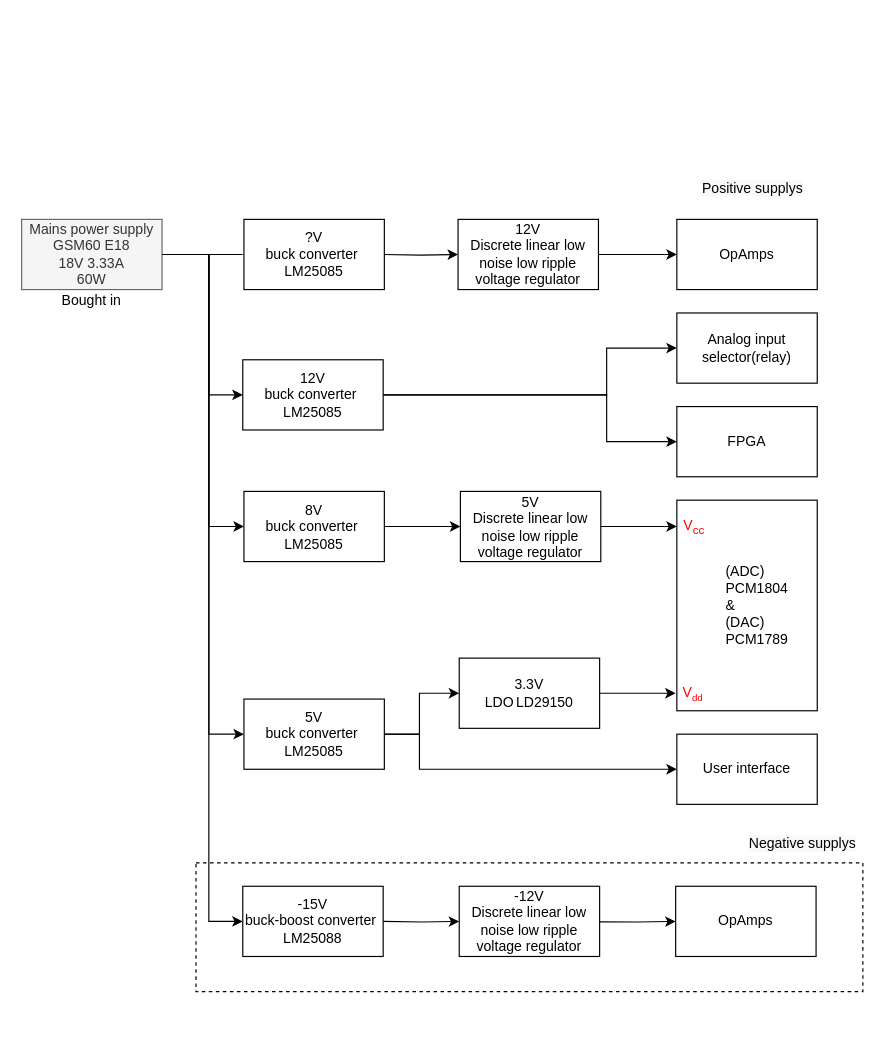
Before: Block diagrams/System design/Power supply.drawio in HeinVerhallen/Audio-DSP, a draw.io diagram. Source tidied: cells renumbered, new cells numbered last; positions are measured from the earlier drawing's top-left corner, leaving out a move shared by most shapes. Both pictures are drawn from the tidied source at 117%, with x=0, y=0 at pixel (21, 172).
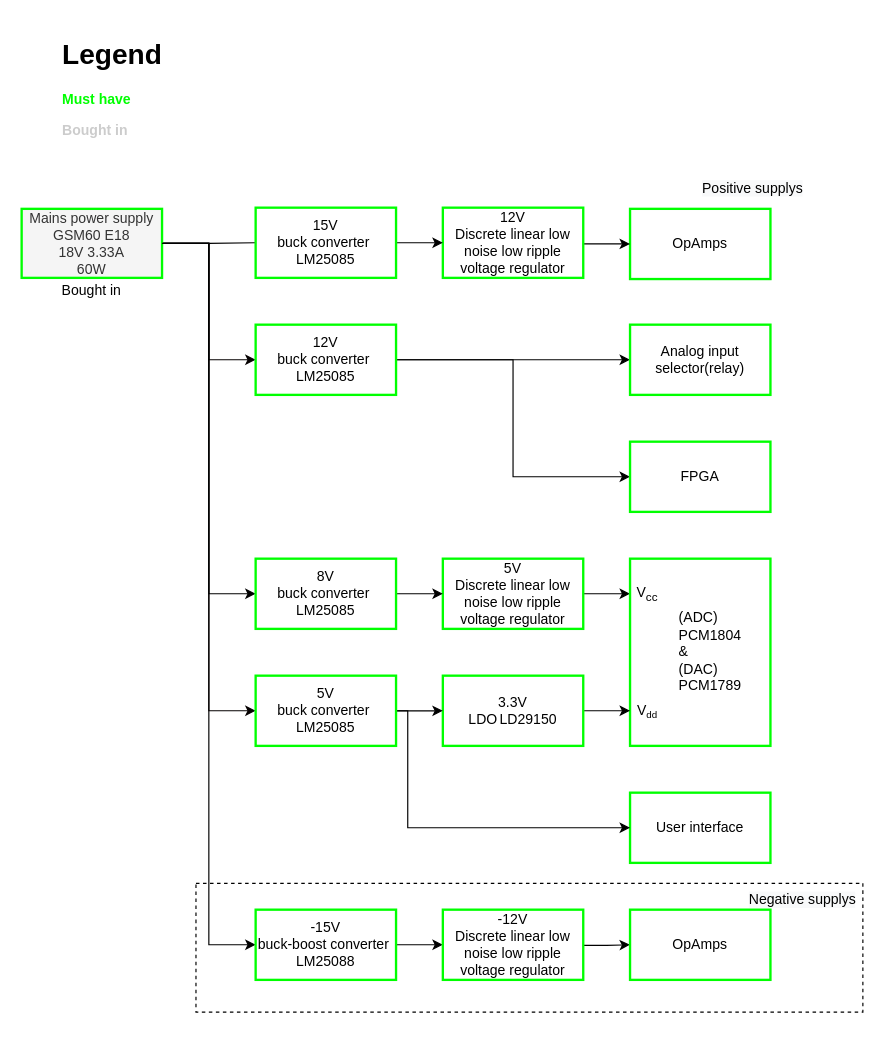
After the change.

Change to the diagram source:
```diff
@@
-    <mxCell id="2" style="rounded=0;whiteSpace=wrap;html=1;dashed=1;" parent="1" vertex="1">
-      <mxGeometry x="149" y="590" width="570" height="110" as="geometry" />
+    <mxCell id="2" style="rounded=0;whiteSpace=wrap;html=1;dashed=1;fillColor=none;" parent="1" vertex="1">
+      <mxGeometry x="149" y="607.5" width="570" height="110" as="geometry" />
     </mxCell>
-    <mxCell id="3" style="edgeStyle=orthogonalEdgeStyle;rounded=0;jettySize=auto;html=1;startArrow=none;entryX=0;entryY=0.5;entryDx=0;entryDy=0;" parent="1" edge="1" target="35">
-      <mxGeometry relative="1" as="geometry">
-        <mxPoint x="309" y="70" as="sourcePoint" />
-      </mxGeometry>
-    </mxCell>
-    <mxCell id="4" style="edgeStyle=orthogonalEdgeStyle;rounded=0;jettySize=auto;html=1;exitX=1;exitY=0.5;exitDx=0;exitDy=0;entryX=0;entryY=0.5;entryDx=0;entryDy=0;" parent="1" edge="1" source="8">
+    <mxCell id="4" style="edgeStyle=orthogonalEdgeStyle;rounded=0;jettySize=auto;html=1;exitX=1;exitY=0.5;exitDx=0;exitDy=0;entryX=0;entryY=0.5;entryDx=0;entryDy=0;" parent="1" edge="1" source="8" target="39">
       <mxGeometry relative="1" as="geometry">
-        <mxPoint x="189" y="640" as="targetPoint" />
         <Array as="points">
-          <mxPoint x="160" y="70" />
-          <mxPoint x="160" y="640" />
+          <mxPoint x="160" y="61" />
+          <mxPoint x="160" y="660" />
         </Array>
       </mxGeometry>
     </mxCell>
     <mxCell id="5" style="edgeStyle=orthogonalEdgeStyle;rounded=0;jettySize=auto;html=1;entryX=0;entryY=0.5;entryDx=0;entryDy=0;strokeColor=#050001;fontColor=default;" parent="1" edge="1" source="8" target="14">
       <mxGeometry relative="1" as="geometry">
         <Array as="points">
-          <mxPoint x="160" y="70" />
-          <mxPoint x="160" y="190" />
+          <mxPoint x="160" y="60" />
+          <mxPoint x="160" y="160" />
         </Array>
       </mxGeometry>
     </mxCell>
     <mxCell id="6" style="edgeStyle=orthogonalEdgeStyle;rounded=0;jettySize=auto;html=1;entryX=0;entryY=0.5;entryDx=0;entryDy=0;strokeColor=#050001;fontColor=default;" parent="1" edge="1" source="8" target="37">
       <mxGeometry relative="1" as="geometry">
         <Array as="points">
-          <mxPoint x="160" y="70" />
-          <mxPoint x="160" y="480" />
-          <mxPoint x="189" y="480" />
+          <mxPoint x="160" y="60" />
+          <mxPoint x="160" y="460" />
         </Array>
       </mxGeometry>
     </mxCell>
     <mxCell id="7" style="edgeStyle=orthogonalEdgeStyle;rounded=0;jettySize=auto;html=1;entryX=0;entryY=0.5;entryDx=0;entryDy=0;" parent="1" edge="1" source="8" target="36">
       <mxGeometry relative="1" as="geometry">
         <Array as="points">
-          <mxPoint x="160" y="70" />
-          <mxPoint x="160" y="303" />
+          <mxPoint x="160" y="61" />
+          <mxPoint x="160" y="360" />
         </Array>
       </mxGeometry>
     </mxCell>
-    <mxCell id="8" value="Mains power supply&lt;br&gt;GSM60 E18&lt;br&gt;18V 3.33A&lt;br&gt;60W" style="rounded=0;whiteSpace=wrap;html=1;fillColor=#f5f5f5;strokeColor=#666666;fontColor=#333333;" parent="1" vertex="1">
-      <mxGeometry y="40" width="120" height="60" as="geometry" />
+    <mxCell id="8" value="Mains power supply&lt;br&gt;GSM60 E18&lt;br&gt;18V 3.33A&lt;br&gt;60W" style="rounded=0;whiteSpace=wrap;html=1;strokeColor=#00FF00;strokeWidth=2;fillColor=#f5f5f5;fontColor=#333333;" parent="1" vertex="1">
+      <mxGeometry y="31" width="120" height="59" as="geometry" />
     </mxCell>
-    <mxCell id="9" value="OpAmps" style="rounded=0;whiteSpace=wrap;html=1;" parent="1" vertex="1">
-      <mxGeometry x="560" y="40" width="120" height="60" as="geometry" />
+    <mxCell id="9" value="OpAmps" style="rounded=0;whiteSpace=wrap;html=1;strokeColor=#00FF00;strokeWidth=2;" parent="1" vertex="1">
+      <mxGeometry x="520" y="31" width="120" height="60" as="geometry" />
     </mxCell>
-    <mxCell id="10" style="edgeStyle=orthogonalEdgeStyle;rounded=0;jettySize=auto;html=1;" parent="1" edge="1" source="11" target="25">
+    <mxCell id="10" style="edgeStyle=orthogonalEdgeStyle;rounded=0;jettySize=auto;html=1;entryX=0;entryY=0.5;entryDx=0;entryDy=0;strokeColor=#000000;strokeWidth=1;fontColor=#000000;" parent="1" edge="1" source="11" target="25">
       <mxGeometry relative="1" as="geometry" />
     </mxCell>
-    <mxCell id="11" value="5V &lt;br&gt;Discrete linear low noise low ripple voltage regulator" style="rounded=0;whiteSpace=wrap;html=1;" parent="1" vertex="1">
-      <mxGeometry x="375" y="272.5" width="120" height="60" as="geometry" />
+    <mxCell id="11" value="5V &lt;br&gt;Discrete linear low noise low ripple voltage regulator" style="rounded=0;whiteSpace=wrap;html=1;strokeColor=#00FF00;strokeWidth=2;" parent="1" vertex="1">
+      <mxGeometry x="360" y="330" width="120" height="60" as="geometry" />
     </mxCell>
-    <mxCell id="12" style="edgeStyle=orthogonalEdgeStyle;rounded=0;jettySize=auto;html=1;strokeColor=#050001;fontColor=default;entryX=0;entryY=0.5;entryDx=0;entryDy=0;" parent="1" edge="1" source="14" target="17">
-      <mxGeometry relative="1" as="geometry">
-        <Array as="points">
-          <mxPoint x="500" y="190" />
-          <mxPoint x="500" y="150" />
-        </Array>
-      </mxGeometry>
+    <mxCell id="12" style="edgeStyle=orthogonalEdgeStyle;rounded=0;jettySize=auto;html=1;strokeColor=#000000;strokeWidth=1;fontColor=#000000;" parent="1" edge="1" source="14" target="17">
+      <mxGeometry relative="1" as="geometry" />
     </mxCell>
-    <mxCell id="13" style="edgeStyle=orthogonalEdgeStyle;rounded=0;jettySize=auto;html=1;entryX=0;entryY=0.5;entryDx=0;entryDy=0;" parent="1" edge="1" source="14" target="15">
-      <mxGeometry relative="1" as="geometry">
-        <Array as="points">
-          <mxPoint x="500" y="190" />
-          <mxPoint x="500" y="230" />
-        </Array>
-      </mxGeometry>
+    <mxCell id="13" style="edgeStyle=orthogonalEdgeStyle;rounded=0;jettySize=auto;html=1;entryX=0;entryY=0.5;entryDx=0;entryDy=0;strokeColor=#000000;strokeWidth=1;fontColor=#000000;" parent="1" edge="1" source="14" target="15">
+      <mxGeometry relative="1" as="geometry" />
     </mxCell>
-    <mxCell id="14" value="12V &lt;br&gt;buck converter&amp;nbsp; LM25085" style="rounded=0;whiteSpace=wrap;html=1;" parent="1" vertex="1">
-      <mxGeometry x="189" y="160" width="120" height="60" as="geometry" />
+    <mxCell id="14" value="12V &lt;br&gt;buck converter&amp;nbsp; LM25085" style="rounded=0;whiteSpace=wrap;html=1;strokeColor=#00FF00;strokeWidth=2;" parent="1" vertex="1">
+      <mxGeometry x="200" y="130" width="120" height="60" as="geometry" />
     </mxCell>
-    <mxCell id="15" value="FPGA" style="rounded=0;whiteSpace=wrap;html=1;" parent="1" vertex="1">
-      <mxGeometry x="560" y="200" width="120" height="60" as="geometry" />
+    <mxCell id="15" value="FPGA" style="rounded=0;whiteSpace=wrap;html=1;strokeColor=#00FF00;strokeWidth=2;" parent="1" vertex="1">
+      <mxGeometry x="520" y="230" width="120" height="60" as="geometry" />
     </mxCell>
-    <mxCell id="16" value="User interface" style="rounded=0;whiteSpace=wrap;html=1;" parent="1" vertex="1">
-      <mxGeometry x="560" y="480" width="120" height="60" as="geometry" />
+    <mxCell id="16" value="User interface" style="rounded=0;whiteSpace=wrap;html=1;strokeColor=#00FF00;strokeWidth=2;" parent="1" vertex="1">
+      <mxGeometry x="520" y="530" width="120" height="60" as="geometry" />
     </mxCell>
-    <mxCell id="17" value="Analog input selector(relay)" style="rounded=0;whiteSpace=wrap;html=1;" parent="1" vertex="1">
-      <mxGeometry x="560" y="120" width="120" height="60" as="geometry" />
+    <mxCell id="17" value="Analog input selector(relay)" style="rounded=0;whiteSpace=wrap;html=1;strokeColor=#00FF00;strokeWidth=2;" parent="1" vertex="1">
+      <mxGeometry x="520" y="130" width="120" height="60" as="geometry" />
     </mxCell>
-    <mxCell id="18" style="edgeStyle=orthogonalEdgeStyle;rounded=0;jettySize=auto;html=1;entryX=0;entryY=0.5;entryDx=0;entryDy=0;" parent="1" edge="1" target="40">
-      <mxGeometry relative="1" as="geometry">
-        <mxPoint x="309" y="640" as="sourcePoint" />
-      </mxGeometry>
+    <mxCell id="18" style="edgeStyle=orthogonalEdgeStyle;rounded=0;jettySize=auto;html=1;entryX=0;entryY=0.5;entryDx=0;entryDy=0;strokeColor=#000000;strokeWidth=1;exitX=1;exitY=0.5;exitDx=0;exitDy=0;" parent="1" edge="1" source="39" target="40">
+      <mxGeometry relative="1" as="geometry" />
     </mxCell>
-    <mxCell id="19" style="edgeStyle=orthogonalEdgeStyle;rounded=0;jettySize=auto;html=1;exitX=1.002;exitY=0.508;exitDx=0;exitDy=0;exitPerimeter=0;" parent="1" edge="1" source="40" target="20">
+    <mxCell id="19" style="edgeStyle=orthogonalEdgeStyle;rounded=0;jettySize=auto;html=1;exitX=1.002;exitY=0.508;exitDx=0;exitDy=0;exitPerimeter=0;strokeColor=#000000;strokeWidth=1;" parent="1" edge="1" source="40" target="20">
       <mxGeometry relative="1" as="geometry" />
     </mxCell>
-    <mxCell id="20" value="OpAmps" style="rounded=0;whiteSpace=wrap;html=1;" parent="1" vertex="1">
-      <mxGeometry x="559" y="610" width="120" height="60" as="geometry" />
+    <mxCell id="20" value="OpAmps" style="rounded=0;whiteSpace=wrap;html=1;strokeColor=#00FF00;strokeWidth=2;" parent="1" vertex="1">
+      <mxGeometry x="520" y="630" width="120" height="60" as="geometry" />
     </mxCell>
     <mxCell id="21" value="Bought in" style="text;html=1;strokeColor=none;fillColor=none;align=center;verticalAlign=middle;whiteSpace=wrap;rounded=0;" parent="1" vertex="1">
-      <mxGeometry y="100" width="120" height="20" as="geometry" />
+      <mxGeometry y="91" width="120" height="20" as="geometry" />
     </mxCell>
-    <mxCell id="22" value="&lt;span style=&quot;color: rgb(0 , 0 , 0) ; font-family: &amp;#34;helvetica&amp;#34; ; font-size: 12px ; font-style: normal ; font-weight: 400 ; letter-spacing: normal ; text-align: center ; text-indent: 0px ; text-transform: none ; word-spacing: 0px ; background-color: rgb(248 , 249 , 250) ; display: inline ; float: none&quot;&gt;Positive supplys&lt;/span&gt;" style="text;whiteSpace=wrap;html=1;" parent="1" vertex="1">
+    <mxCell id="22" value="&lt;span style=&quot;color: rgb(0 , 0 , 0) ; font-family: &amp;#34;helvetica&amp;#34; ; font-size: 12px ; font-style: normal ; font-weight: 400 ; letter-spacing: normal ; text-align: center ; text-indent: 0px ; text-transform: none ; word-spacing: 0px ; background-color: rgb(248 , 249 , 250) ; display: inline ; float: none&quot;&gt;Positive supplys&lt;/span&gt;" style="text;whiteSpace=wrap;html=1;strokeColor=none;strokeWidth=2;dashed=1;dashPattern=1 4;" parent="1" vertex="1">
       <mxGeometry x="580" width="110" height="30" as="geometry" />
     </mxCell>
-    <mxCell id="23" value="&lt;span style=&quot;color: rgb(0 , 0 , 0) ; font-family: &amp;#34;helvetica&amp;#34; ; font-size: 12px ; font-style: normal ; font-weight: 400 ; letter-spacing: normal ; text-align: center ; text-indent: 0px ; text-transform: none ; word-spacing: 0px ; background-color: rgb(248 , 249 , 250) ; display: inline ; float: none&quot;&gt;Negative supplys&lt;/span&gt;" style="text;whiteSpace=wrap;html=1;" parent="1" vertex="1">
-      <mxGeometry x="620" y="560" width="110" height="30" as="geometry" />
+    <mxCell id="23" value="&lt;span style=&quot;color: rgb(0 , 0 , 0) ; font-family: &amp;#34;helvetica&amp;#34; ; font-size: 12px ; font-style: normal ; font-weight: 400 ; letter-spacing: normal ; text-align: center ; text-indent: 0px ; text-transform: none ; word-spacing: 0px ; background-color: rgb(248 , 249 , 250) ; display: inline ; float: none&quot;&gt;Negative supplys&lt;/span&gt;" style="text;whiteSpace=wrap;html=1;strokeColor=none;strokeWidth=1;dashed=1;" parent="1" vertex="1">
+      <mxGeometry x="620" y="607.5" width="110" height="30" as="geometry" />
     </mxCell>
-    <mxCell id="24" value="&lt;blockquote style=&quot;margin: 0 0 0 40px; border: none; padding: 0px;&quot;&gt;&lt;p style=&quot;line-height: 120%;&quot;&gt;(ADC) PCM1804 &lt;br&gt;&amp;amp; &lt;br&gt;(DAC) PCM1789&lt;/p&gt;&lt;/blockquote&gt;" style="rounded=0;whiteSpace=wrap;html=1;shadow=0;fillColor=none;align=left;" parent="1" vertex="1">
-      <mxGeometry x="560" y="280" width="120" height="180" as="geometry" />
+    <mxCell id="24" value="&lt;blockquote style=&quot;margin: 0 0 0 40px; border: none; padding: 0px;&quot;&gt;&lt;p style=&quot;line-height: 120%;&quot;&gt;(ADC) PCM1804 &lt;br&gt;&amp;amp; &lt;br&gt;(DAC) PCM1789&lt;/p&gt;&lt;/blockquote&gt;" style="rounded=0;whiteSpace=wrap;html=1;shadow=0;fillColor=none;align=left;strokeColor=#00FF00;strokeWidth=2;" parent="1" vertex="1">
+      <mxGeometry x="520" y="330" width="120" height="160" as="geometry" />
     </mxCell>
-    <mxCell id="25" value="V&lt;sub&gt;cc&lt;/sub&gt;" style="rounded=0;whiteSpace=wrap;html=1;shadow=0;dashed=1;fontColor=#FF0000;fillColor=none;strokeColor=none;" parent="1" vertex="1">
-      <mxGeometry x="560" y="280" width="30" height="45" as="geometry" />
+    <mxCell id="25" value="V&lt;sub&gt;cc&lt;/sub&gt;" style="rounded=0;whiteSpace=wrap;html=1;shadow=0;dashed=1;fontColor=#000000;fillColor=none;strokeColor=none;strokeWidth=2;" parent="1" vertex="1">
+      <mxGeometry x="520" y="337.5" width="30" height="45" as="geometry" />
     </mxCell>
-    <mxCell id="26" style="edgeStyle=orthogonalEdgeStyle;rounded=0;jettySize=auto;html=1;" parent="1" edge="1" source="27" target="33">
+    <mxCell id="26" style="edgeStyle=orthogonalEdgeStyle;rounded=0;jettySize=auto;html=1;strokeColor=#000000;strokeWidth=1;entryX=0;entryY=0.5;entryDx=0;entryDy=0;" parent="1" edge="1" source="27" target="33">
       <mxGeometry relative="1" as="geometry" />
     </mxCell>
-    <mxCell id="27" value="3.3V &lt;br&gt;LDO&lt;span style=&quot;white-space: pre;&quot;&gt;&#9;&lt;/span&gt;LD29150" style="rounded=0;whiteSpace=wrap;html=1;" parent="1" vertex="1">
-      <mxGeometry x="374" y="415" width="120" height="60" as="geometry" />
+    <mxCell id="27" value="3.3V &lt;br&gt;LDO&lt;span style=&quot;white-space: pre;&quot;&gt;&#9;&lt;/span&gt;LD29150" style="rounded=0;whiteSpace=wrap;html=1;strokeColor=#00FF00;strokeWidth=2;" parent="1" vertex="1">
+      <mxGeometry x="360" y="430" width="120" height="60" as="geometry" />
     </mxCell>
-    <mxCell id="28" style="edgeStyle=orthogonalEdgeStyle;rounded=0;orthogonalLoop=1;jettySize=auto;html=1;exitX=0.5;exitY=1;exitDx=0;exitDy=0;strokeColor=#050001;fontColor=default;" parent="1" edge="1" source="2" target="2">
+    <mxCell id="28" style="edgeStyle=orthogonalEdgeStyle;rounded=0;orthogonalLoop=1;jettySize=auto;html=1;exitX=0.5;exitY=1;exitDx=0;exitDy=0;strokeColor=#00FF00;fontColor=default;strokeWidth=2;" parent="1" edge="1" source="2" target="2">
       <mxGeometry relative="1" as="geometry" />
     </mxCell>
-    <mxCell id="29" style="edgeStyle=orthogonalEdgeStyle;rounded=0;jettySize=auto;html=1;entryX=0;entryY=0.5;entryDx=0;entryDy=0;strokeColor=#050001;fontColor=default;exitX=1.003;exitY=0.501;exitDx=0;exitDy=0;exitPerimeter=0;" parent="1" edge="1" source="37" target="27">
+    <mxCell id="29" style="edgeStyle=orthogonalEdgeStyle;rounded=0;jettySize=auto;html=1;entryX=0;entryY=0.5;entryDx=0;entryDy=0;strokeColor=#000000;fontColor=default;exitX=1.003;exitY=0.501;exitDx=0;exitDy=0;exitPerimeter=0;strokeWidth=1;" parent="1" edge="1" source="37" target="27">
       <mxGeometry relative="1" as="geometry">
         <Array as="points">
-          <mxPoint x="340" y="480" />
-          <mxPoint x="340" y="445" />
+          <mxPoint x="340" y="460" />
+          <mxPoint x="340" y="460" />
         </Array>
       </mxGeometry>
     </mxCell>
-    <mxCell id="30" style="edgeStyle=orthogonalEdgeStyle;rounded=0;jettySize=auto;html=1;entryX=0;entryY=0.5;entryDx=0;entryDy=0;" parent="1" edge="1" source="37" target="16">
+    <mxCell id="30" style="edgeStyle=orthogonalEdgeStyle;rounded=0;jettySize=auto;html=1;entryX=0;entryY=0.5;entryDx=0;entryDy=0;strokeColor=#000000;strokeWidth=1;" parent="1" edge="1" source="37" target="16">
       <mxGeometry relative="1" as="geometry">
         <Array as="points">
-          <mxPoint x="340" y="480" />
-          <mxPoint x="340" y="510" />
+          <mxPoint x="330" y="460" />
+          <mxPoint x="330" y="560" />
         </Array>
       </mxGeometry>
     </mxCell>
-    <mxCell id="31" style="edgeStyle=orthogonalEdgeStyle;rounded=0;jettySize=auto;html=1;endArrow=none;" parent="1" edge="1" source="8">
-      <mxGeometry relative="1" as="geometry">
-        <mxPoint x="189" y="70" as="targetPoint" />
-      </mxGeometry>
+    <mxCell id="31" style="edgeStyle=orthogonalEdgeStyle;rounded=0;jettySize=auto;html=1;endArrow=none;entryX=0;entryY=0.5;entryDx=0;entryDy=0;" parent="1" edge="1" source="8" target="38">
+      <mxGeometry relative="1" as="geometry" />
     </mxCell>
-    <mxCell id="32" style="edgeStyle=orthogonalEdgeStyle;rounded=0;jettySize=auto;html=1;entryX=0;entryY=0.5;entryDx=0;entryDy=0;exitX=1;exitY=0.5;exitDx=0;exitDy=0;" parent="1" edge="1" source="36" target="11">
+    <mxCell id="32" style="edgeStyle=orthogonalEdgeStyle;rounded=0;jettySize=auto;html=1;entryX=0;entryY=0.5;entryDx=0;entryDy=0;exitX=1;exitY=0.5;exitDx=0;exitDy=0;strokeColor=#000000;strokeWidth=1;" parent="1" edge="1" source="36" target="11">
       <mxGeometry relative="1" as="geometry" />
     </mxCell>
-    <mxCell id="33" value="V&lt;span style=&quot;font-size: 10px;&quot;&gt;&lt;sub&gt;dd&lt;/sub&gt;&lt;/span&gt;" style="rounded=0;whiteSpace=wrap;html=1;shadow=0;dashed=1;fontColor=#FF0000;fillColor=none;strokeColor=none;" parent="1" vertex="1">
-      <mxGeometry x="559" y="422.5" width="30" height="45" as="geometry" />
+    <mxCell id="33" value="V&lt;span style=&quot;font-size: 10px;&quot;&gt;&lt;sub&gt;dd&lt;/sub&gt;&lt;/span&gt;" style="rounded=0;whiteSpace=wrap;html=1;shadow=0;dashed=1;fontColor=#000000;fillColor=none;strokeColor=none;strokeWidth=2;" parent="1" vertex="1">
+      <mxGeometry x="520" y="437.5" width="30" height="45" as="geometry" />
     </mxCell>
-    <mxCell id="34" style="edgeStyle=orthogonalEdgeStyle;rounded=0;jettySize=auto;html=1;entryX=0;entryY=0.5;entryDx=0;entryDy=0;" parent="1" edge="1" source="35" target="9">
-      <mxGeometry relative="1" as="geometry" />
+    <mxCell id="34" style="edgeStyle=orthogonalEdgeStyle;rounded=0;jettySize=auto;html=1;entryX=0;entryY=0.5;entryDx=0;entryDy=0;strokeColor=#000000;strokeWidth=1;" parent="1" edge="1" source="35" target="9">
+      <mxGeometry relative="1" as="geometry">
+        <Array as="points">
+          <mxPoint x="520" y="61" />
+          <mxPoint x="520" y="61" />
+        </Array>
+      </mxGeometry>
     </mxCell>
-    <mxCell id="35" value="12V &lt;br&gt;Discrete linear low noise low ripple voltage regulator" style="rounded=0;whiteSpace=wrap;html=1;" parent="1" vertex="1">
-      <mxGeometry x="373" y="40" width="120" height="60" as="geometry" />
+    <mxCell id="35" value="12V &lt;br&gt;Discrete linear low noise low ripple voltage regulator" style="rounded=0;whiteSpace=wrap;html=1;strokeColor=#00FF00;strokeWidth=2;" parent="1" vertex="1">
+      <mxGeometry x="360" y="30" width="120" height="60" as="geometry" />
     </mxCell>
-    <mxCell id="36" value="8V &lt;br&gt;buck converter&amp;nbsp; LM25085" style="rounded=0;whiteSpace=wrap;html=1;" parent="1" vertex="1">
-      <mxGeometry x="190" y="272.5" width="120" height="60" as="geometry" />
+    <mxCell id="36" value="8V &lt;br&gt;buck converter&amp;nbsp; LM25085" style="rounded=0;whiteSpace=wrap;html=1;strokeColor=#00FF00;strokeWidth=2;" parent="1" vertex="1">
+      <mxGeometry x="200" y="330" width="120" height="60" as="geometry" />
     </mxCell>
-    <mxCell id="37" value="5V &lt;br&gt;buck converter&amp;nbsp; LM25085" style="rounded=0;whiteSpace=wrap;html=1;" parent="1" vertex="1">
-      <mxGeometry x="190" y="450" width="120" height="60" as="geometry" />
+    <mxCell id="37" value="5V &lt;br&gt;buck converter&amp;nbsp; LM25085" style="rounded=0;whiteSpace=wrap;html=1;strokeColor=#00FF00;strokeWidth=2;" parent="1" vertex="1">
+      <mxGeometry x="200" y="430" width="120" height="60" as="geometry" />
     </mxCell>
+    <mxCell id="41" style="edgeStyle=orthogonalEdgeStyle;rounded=0;jettySize=auto;html=1;strokeColor=#000000;strokeWidth=1;fontColor=#000000;" parent="1" edge="1" source="38" target="35">
+      <mxGeometry relative="1" as="geometry" />
+    </mxCell>
-    <mxCell id="38" value="?V &lt;br&gt;buck converter&amp;nbsp; LM25085" style="rounded=0;whiteSpace=wrap;html=1;" parent="1" vertex="1">
-      <mxGeometry x="190" y="40" width="120" height="60" as="geometry" />
+    <mxCell id="38" value="15V &lt;br&gt;buck converter&amp;nbsp; LM25085" style="rounded=0;whiteSpace=wrap;html=1;strokeColor=#00FF00;strokeWidth=2;" parent="1" vertex="1">
+      <mxGeometry x="200" y="30" width="120" height="60" as="geometry" />
     </mxCell>
-    <mxCell id="39" value="-15V &lt;br&gt;buck-boost converter&amp;nbsp; LM25088" style="rounded=0;whiteSpace=wrap;html=1;" parent="1" vertex="1">
-      <mxGeometry x="189" y="610" width="120" height="60" as="geometry" />
+    <mxCell id="39" value="-15V &lt;br&gt;buck-boost converter&amp;nbsp; LM25088" style="rounded=0;whiteSpace=wrap;html=1;strokeColor=#00FF00;strokeWidth=2;" parent="1" vertex="1">
+      <mxGeometry x="200" y="630" width="120" height="60" as="geometry" />
     </mxCell>
-    <mxCell id="40" value="-12V &lt;br&gt;Discrete linear low noise low ripple voltage regulator" style="rounded=0;whiteSpace=wrap;html=1;" parent="1" vertex="1">
-      <mxGeometry x="374" y="610" width="120" height="60" as="geometry" />
+    <mxCell id="40" value="-12V &lt;br&gt;Discrete linear low noise low ripple voltage regulator" style="rounded=0;whiteSpace=wrap;html=1;strokeColor=#00FF00;strokeWidth=2;" parent="1" vertex="1">
+      <mxGeometry x="360" y="630" width="120" height="60" as="geometry" />
     </mxCell>
+    <mxCell id="42" value="&lt;h1&gt;Legend&lt;/h1&gt;&lt;p&gt;&lt;font color=&quot;#00ff00&quot;&gt;&lt;b&gt;Must have&lt;/b&gt;&lt;/font&gt;&lt;/p&gt;&lt;p&gt;&lt;font color=&quot;#cccccc&quot;&gt;&lt;b&gt;Bought in&lt;/b&gt;&lt;/font&gt;&lt;/p&gt;" style="text;html=1;strokeColor=none;fillColor=none;spacing=5;spacingTop=-20;whiteSpace=wrap;overflow=hidden;rounded=0;" parent="1" vertex="1">
+      <mxGeometry x="30" y="-120" width="100" height="120" as="geometry" />
+    </mxCell>
```
